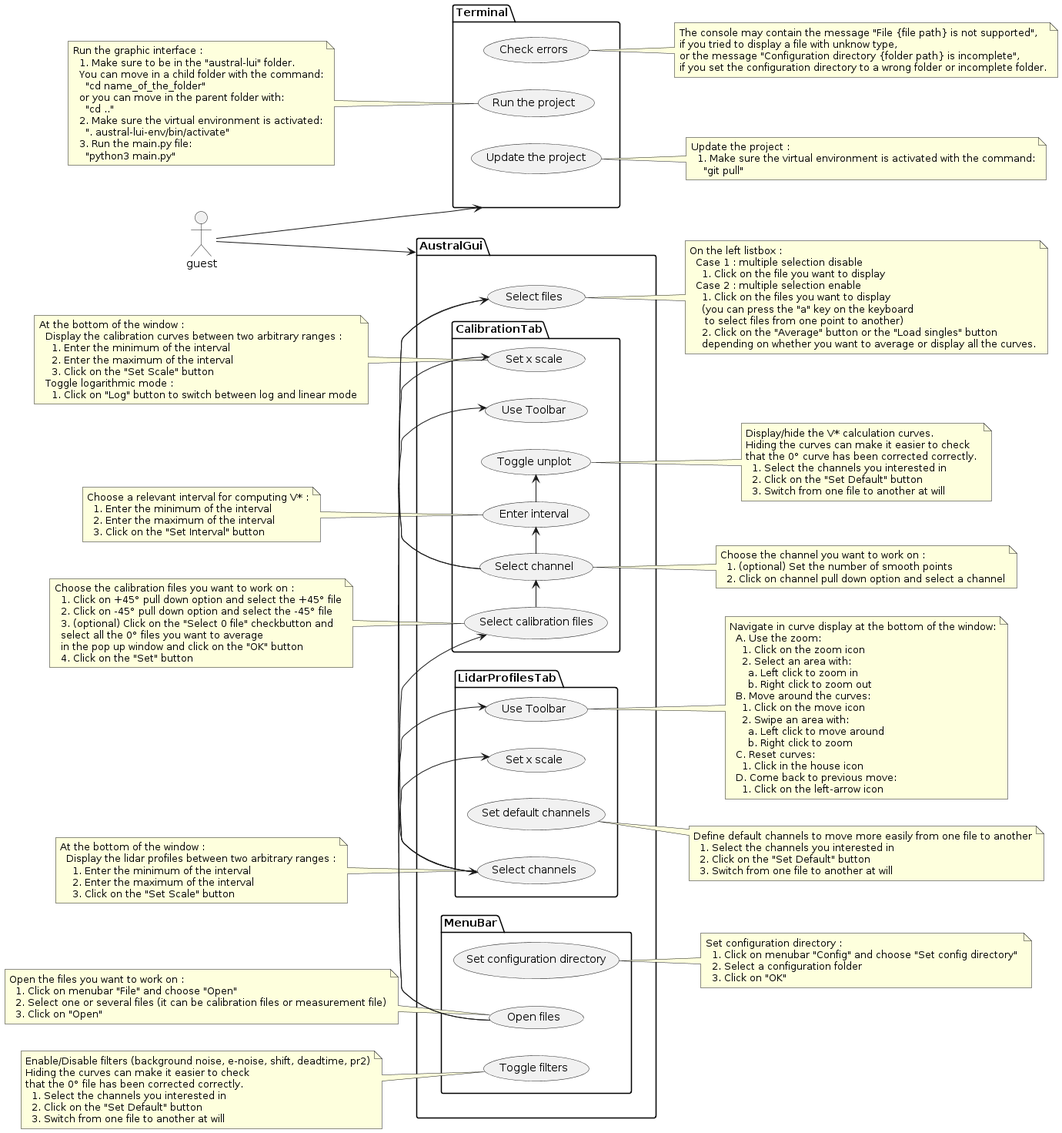
The PlantUML diagram user_documentation.png in Vagyasri/austral-lui, before a commit.
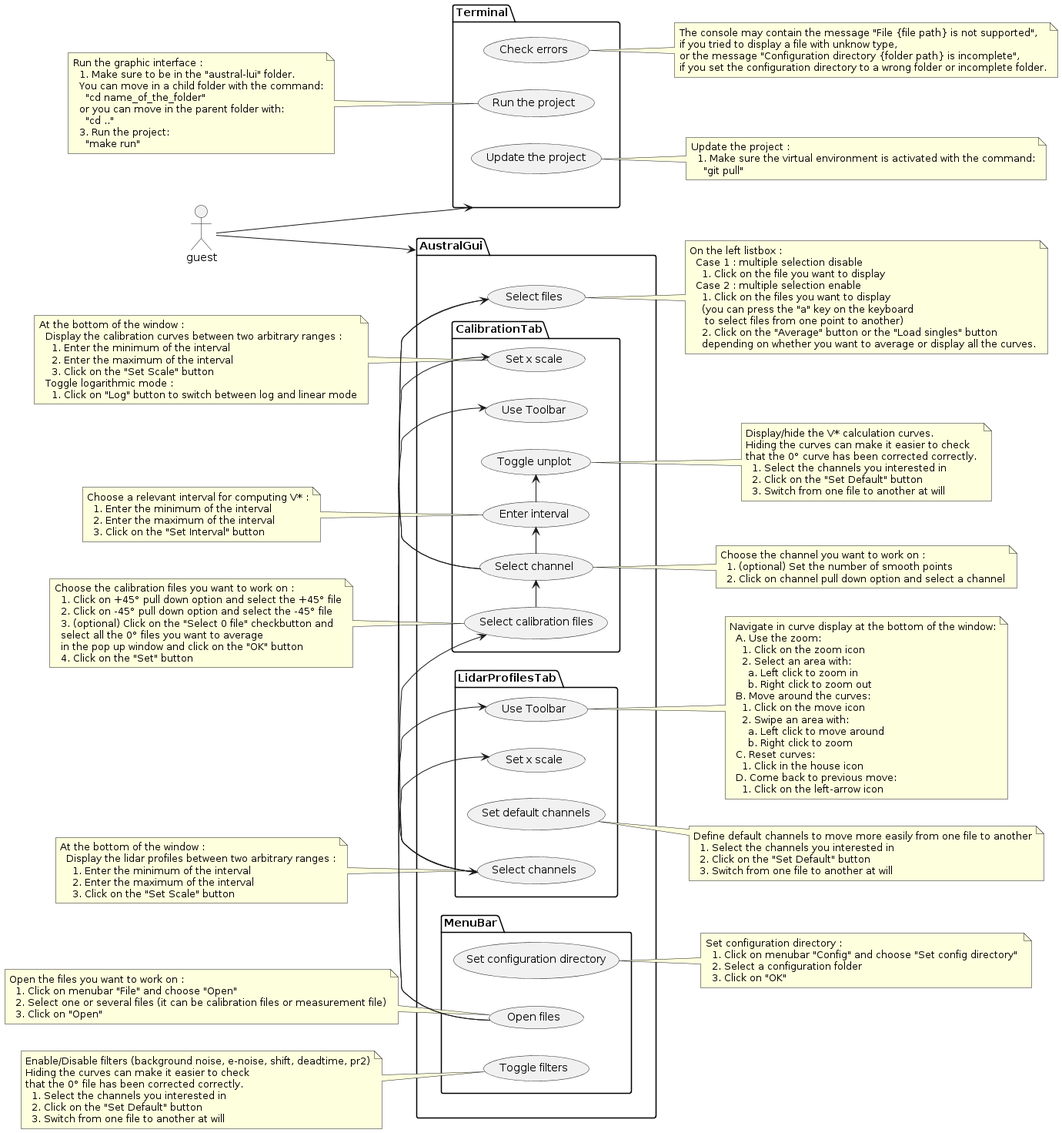
The same diagram one commit later.

Commit message:
make run in plantuml

The edit, as a diff of the source:
```diff
@@ -141,10 +141,8 @@
       "cd name_of_the_folder"
     or you can move in the parent folder with:
       "cd .."
-    2. Make sure the virtual environment is activated:
-      ". austral-lui-env/bin/activate"
-    3. Run the main.py file:
-      "python3 main.py"
+    3. Run the project:
+      "make run"
 end note
 
 note right of (UP)
```
